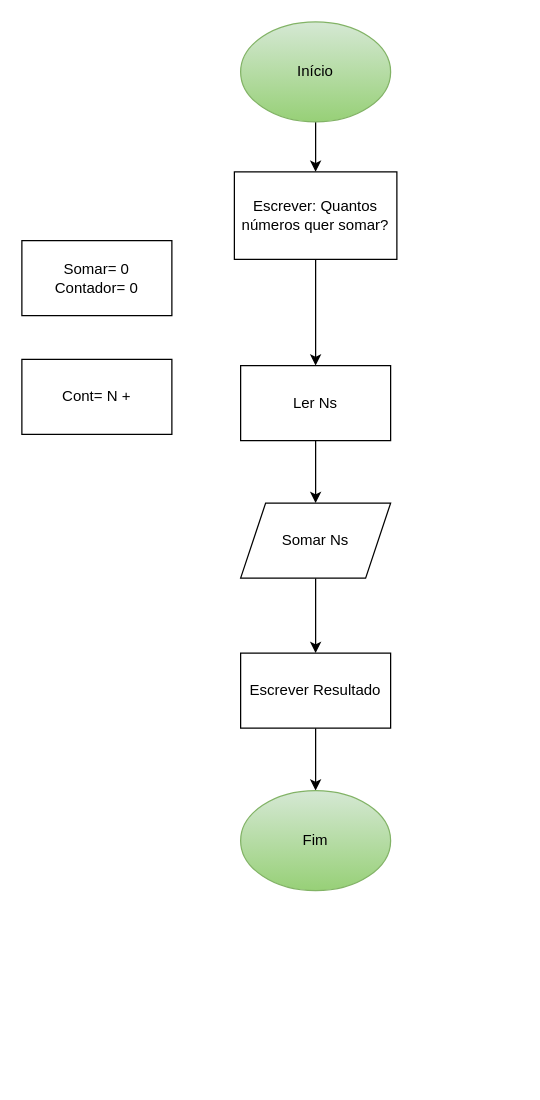
Above: Flux5.drawio in YAS2207/Fluxograma (draw.io), before the change. Source tidied: cells renumbered, new cells numbered last; positions are measured from the earlier drawing's top-left corner, leaving out a move shared by most shapes. Both pictures are drawn from the tidied source at 125%, with x=0, y=0 at pixel (21, 21).
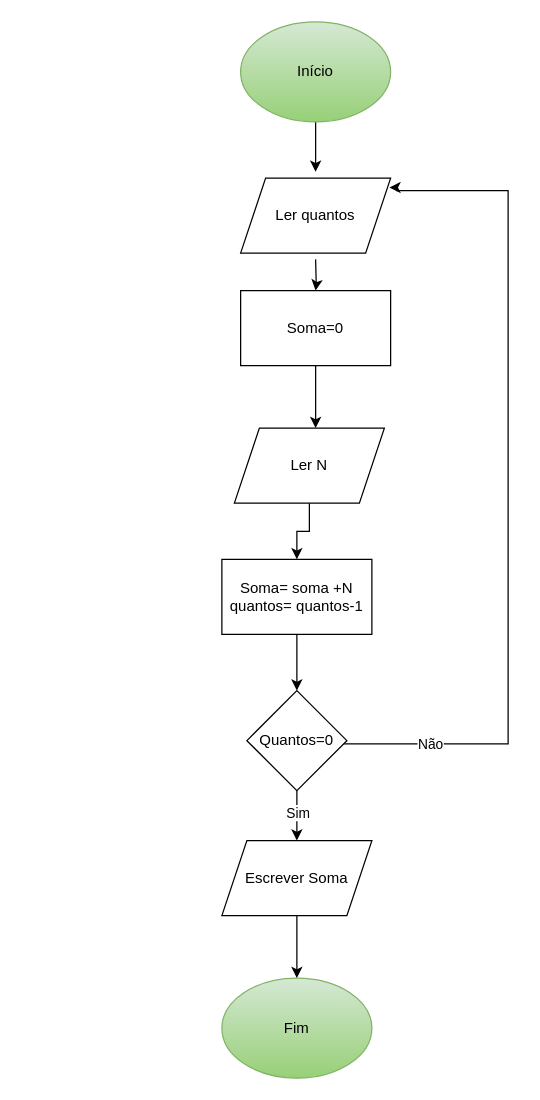
The same page after the edit.

Unchanged cells that the change refers to:
```xml
<mxCell id="3" value="Início" style="ellipse;whiteSpace=wrap;html=1;shapeInside=1;fillColor=#d5e8d4;gradientColor=#97d077;strokeColor=#82b366;" parent="1" vertex="1">
  <mxGeometry x="175" width="120" height="80" as="geometry" />
</mxCell>
```

Change to the diagram source:
```diff
@@
-    <mxCell id="2" style="edgeStyle=orthogonalEdgeStyle;rounded=0;jettySize=auto;html=1;exitX=0.5;exitY=1;exitDx=0;exitDy=0;entryX=0.5;entryY=0;entryDx=0;entryDy=0;" parent="1" edge="1" source="3" target="5">
-      <mxGeometry relative="1" as="geometry" />
+    <mxCell id="2" style="edgeStyle=orthogonalEdgeStyle;rounded=0;jettySize=auto;html=1;exitX=0.5;exitY=1;exitDx=0;exitDy=0;entryX=0.5;entryY=0;entryDx=0;entryDy=0;" parent="1" edge="1" source="3">
+      <mxGeometry relative="1" as="geometry">
+        <mxPoint x="235" y="120" as="targetPoint" />
+      </mxGeometry>
     </mxCell>
@@
-    <mxCell id="4" style="edgeStyle=orthogonalEdgeStyle;rounded=0;jettySize=auto;html=1;" parent="1" edge="1" source="5" target="15">
-      <mxGeometry relative="1" as="geometry" />
+    <mxCell id="4" style="edgeStyle=orthogonalEdgeStyle;rounded=0;jettySize=auto;html=1;" parent="1" edge="1" target="15">
+      <mxGeometry relative="1" as="geometry">
+        <mxPoint x="235" y="190" as="sourcePoint" />
+      </mxGeometry>
     </mxCell>
-    <mxCell id="5" value="Escrever: Quantos números quer somar?" style="rounded=0;whiteSpace=wrap;html=1;rotation=0;" parent="1" vertex="1">
-      <mxGeometry x="170" y="120" width="130" height="70" as="geometry" />
-    </mxCell>
-    <mxCell id="6" style="edgeStyle=orthogonalEdgeStyle;rounded=0;jettySize=auto;html=1;exitX=0.5;exitY=1;exitDx=0;exitDy=0;entryX=0.5;entryY=0;entryDx=0;entryDy=0;" parent="1" edge="1" source="15" target="8">
-      <mxGeometry relative="1" as="geometry" />
+    <mxCell id="6" style="edgeStyle=orthogonalEdgeStyle;rounded=0;jettySize=auto;html=1;exitX=0.5;exitY=1;exitDx=0;exitDy=0;entryX=0.5;entryY=0;entryDx=0;entryDy=0;" parent="1" edge="1" source="15">
+      <mxGeometry relative="1" as="geometry">
+        <mxPoint x="235" y="325" as="targetPoint" />
+      </mxGeometry>
     </mxCell>
-    <mxCell id="7" style="edgeStyle=orthogonalEdgeStyle;rounded=0;jettySize=auto;html=1;exitX=0.5;exitY=1;exitDx=0;exitDy=0;" parent="1" edge="1" source="8" target="10">
-      <mxGeometry relative="1" as="geometry" />
-    </mxCell>
-    <mxCell id="8" value="Somar Ns" style="shape=parallelogram;perimeter=parallelogramPerimeter;whiteSpace=wrap;html=1;shapeInside=1;fixedSize=1;" parent="1" vertex="1">
-      <mxGeometry x="175" y="385" width="120" height="60" as="geometry" />
-    </mxCell>
-    <mxCell id="9" style="edgeStyle=orthogonalEdgeStyle;rounded=0;jettySize=auto;html=1;exitX=0.5;exitY=1;exitDx=0;exitDy=0;entryX=0.5;entryY=0;entryDx=0;entryDy=0;" parent="1" edge="1" source="10" target="11">
-      <mxGeometry relative="1" as="geometry" />
-    </mxCell>
-    <mxCell id="10" value="Escrever Resultado" style="rounded=0;whiteSpace=wrap;html=1;" parent="1" vertex="1">
-      <mxGeometry x="175" y="505" width="120" height="60" as="geometry" />
-    </mxCell>
     <mxCell id="11" value="Fim" style="ellipse;whiteSpace=wrap;html=1;shapeInside=1;fillColor=#d5e8d4;gradientColor=#97d077;strokeColor=#82b366;" parent="1" vertex="1">
-      <mxGeometry x="175" y="615" width="120" height="80" as="geometry" />
+      <mxGeometry x="160" y="765" width="120" height="80" as="geometry" />
     </mxCell>
+    <mxCell id="16" style="edgeStyle=orthogonalEdgeStyle;rounded=0;jettySize=auto;html=1;" parent="1" edge="1" source="12" target="24">
+      <mxGeometry relative="1" as="geometry" />
+    </mxCell>
-    <mxCell id="12" value="Somar= 0&lt;div&gt;Contador= 0&lt;/div&gt;" style="rounded=0;whiteSpace=wrap;html=1;" parent="1" vertex="1">
-      <mxGeometry y="175" width="120" height="60" as="geometry" />
+    <mxCell id="12" value="Soma= soma +N&lt;div&gt;quantos= quantos-1&lt;/div&gt;" style="rounded=0;whiteSpace=wrap;html=1;" parent="1" vertex="1">
+      <mxGeometry x="160" y="430" width="120" height="60" as="geometry" />
     </mxCell>
-    <mxCell id="13" value="Cont= N +" style="rounded=0;whiteSpace=wrap;html=1;" parent="1" vertex="1">
-      <mxGeometry y="270" width="120" height="60" as="geometry" />
-    </mxCell>
-    <mxCell id="14" style="edgeStyle=orthogonalEdgeStyle;rounded=0;jettySize=auto;html=1;exitX=0.5;exitY=1;exitDx=0;exitDy=0;entryX=0.5;entryY=0;entryDx=0;entryDy=0;" parent="1" edge="1" target="15">
-      <mxGeometry relative="1" as="geometry">
-        <mxPoint x="235" y="305" as="sourcePoint" />
-      </mxGeometry>
-    </mxCell>
-    <mxCell id="15" value="Ler Ns" style="whiteSpace=wrap;html=1;rounded=0;" parent="1" vertex="1">
-      <mxGeometry x="175" y="275" width="120" height="60" as="geometry" />
+    <mxCell id="15" value="Soma=0" style="whiteSpace=wrap;html=1;rounded=0;" parent="1" vertex="1">
+      <mxGeometry x="175" y="215" width="120" height="60" as="geometry" />
     </mxCell>
+    <mxCell id="17" value="Ler quantos" style="shape=parallelogram;perimeter=parallelogramPerimeter;whiteSpace=wrap;html=1;shapeInside=1;fixedSize=1;" parent="1" vertex="1">
+      <mxGeometry x="175" y="125" width="120" height="60" as="geometry" />
+    </mxCell>
+    <mxCell id="18" style="edgeStyle=orthogonalEdgeStyle;rounded=0;jettySize=auto;html=1;" parent="1" edge="1" source="19" target="12">
+      <mxGeometry relative="1" as="geometry" />
+    </mxCell>
+    <mxCell id="19" value="Ler N" style="shape=parallelogram;perimeter=parallelogramPerimeter;whiteSpace=wrap;html=1;shapeInside=1;fixedSize=1;" parent="1" vertex="1">
+      <mxGeometry x="170" y="325" width="120" height="60" as="geometry" />
+    </mxCell>
+    <mxCell id="20" style="edgeStyle=orthogonalEdgeStyle;rounded=0;orthogonalLoop=1;jettySize=auto;html=1;entryX=1;entryY=0.5;entryDx=0;entryDy=0;" parent="1" edge="1">
+      <mxGeometry relative="1" as="geometry">
+        <mxPoint x="244" y="577.5" as="sourcePoint" />
+        <mxPoint x="294" y="132.5" as="targetPoint" />
+        <Array as="points">
+          <mxPoint x="389" y="577.5" />
+          <mxPoint x="389" y="135" />
+          <mxPoint x="300" y="135" />
+          <mxPoint x="300" y="132.5" />
+        </Array>
+      </mxGeometry>
+    </mxCell>
+    <mxCell id="21" value="Não" style="edgeLabel;html=1;align=center;verticalAlign=middle;" parent="20" vertex="1">
+      <mxGeometry x="-0.76" relative="1" as="geometry" />
+    </mxCell>
+    <mxCell id="22" style="edgeStyle=orthogonalEdgeStyle;rounded=0;jettySize=auto;html=1;" parent="1" edge="1" source="24" target="26">
+      <mxGeometry relative="1" as="geometry" />
+    </mxCell>
+    <mxCell id="23" value="Sim" style="edgeLabel;html=1;align=center;verticalAlign=middle;" parent="22" vertex="1">
+      <mxGeometry x="-0.15" relative="1" as="geometry" />
+    </mxCell>
+    <mxCell id="24" value="Quantos=0" style="rhombus;whiteSpace=wrap;html=1;shapeInside=1;rounded=0;" parent="1" vertex="1">
+      <mxGeometry x="180" y="535" width="80" height="80" as="geometry" />
+    </mxCell>
+    <mxCell id="25" style="edgeStyle=orthogonalEdgeStyle;rounded=0;jettySize=auto;html=1;" parent="1" edge="1" source="26" target="11">
+      <mxGeometry relative="1" as="geometry" />
+    </mxCell>
+    <mxCell id="26" value="Escrever Soma" style="shape=parallelogram;perimeter=parallelogramPerimeter;whiteSpace=wrap;html=1;shapeInside=1;fixedSize=1;rounded=0;" parent="1" vertex="1">
+      <mxGeometry x="160" y="655" width="120" height="60" as="geometry" />
+    </mxCell>
```
